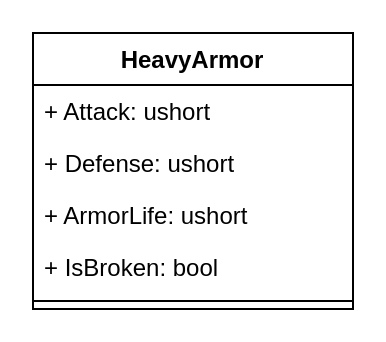
ProgramacionII-Equipo3/PII_RoleplayGame_1_Start keeps this draw.io diagram as Assets/UML-diagrams/HeavyArmor.drawio. Above is the earlier version. Source tidied: cells renumbered, new cells numbered last; positions are measured from the earlier drawing's top-left corner, leaving out a move shared by most shapes. Both pictures are drawn from the tidied source at 200%, with x=0, y=0 at pixel (32, 32).
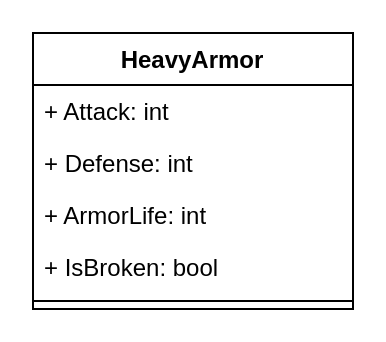
After the change.

The edit, as a diff of the source:
```diff
@@
 <mxGraphModel>
   <root>
     <mxCell id="0" />
     <mxCell id="1" parent="0" />
     <mxCell id="2" value="HeavyArmor" style="swimlane;fontStyle=1;align=center;verticalAlign=top;horizontal=1;startSize=26;" parent="1" vertex="1">
       <mxGeometry width="160" height="138" as="geometry" />
     </mxCell>
-    <mxCell id="3" value="+ Attack: ushort" style="text;strokeColor=none;fillColor=none;align=left;verticalAlign=top;spacingLeft=4;spacingRight=4;overflow=hidden;" parent="2" vertex="1">
+    <mxCell id="3" value="+ Attack: int" style="text;strokeColor=none;fillColor=none;align=left;verticalAlign=top;spacingLeft=4;spacingRight=4;overflow=hidden;" parent="2" vertex="1">
       <mxGeometry y="26" width="160" height="26" as="geometry" />
     </mxCell>
-    <mxCell id="4" value="+ Defense: ushort" style="text;strokeColor=none;fillColor=none;align=left;verticalAlign=top;spacingLeft=4;spacingRight=4;overflow=hidden;" parent="2" vertex="1">
+    <mxCell id="4" value="+ Defense: int" style="text;strokeColor=none;fillColor=none;align=left;verticalAlign=top;spacingLeft=4;spacingRight=4;overflow=hidden;" parent="2" vertex="1">
       <mxGeometry y="52" width="160" height="26" as="geometry" />
     </mxCell>
-    <mxCell id="5" value="+ ArmorLife: ushort" style="text;strokeColor=none;fillColor=none;align=left;verticalAlign=top;spacingLeft=4;spacingRight=4;overflow=hidden;" parent="2" vertex="1">
+    <mxCell id="5" value="+ ArmorLife: int" style="text;strokeColor=none;fillColor=none;align=left;verticalAlign=top;spacingLeft=4;spacingRight=4;overflow=hidden;" parent="2" vertex="1">
       <mxGeometry y="78" width="160" height="26" as="geometry" />
     </mxCell>
     <mxCell id="6" value="+ IsBroken: bool" style="text;strokeColor=none;fillColor=none;align=left;verticalAlign=top;spacingLeft=4;spacingRight=4;overflow=hidden;" parent="2" vertex="1">
       <mxGeometry y="104" width="160" height="26" as="geometry" />
     </mxCell>
     <mxCell id="7" style="line;strokeWidth=1;fillColor=none;align=left;verticalAlign=middle;spacingTop=-1;spacingLeft=3;spacingRight=3;labelPosition=right;" parent="2" vertex="1">
       <mxGeometry y="130" width="160" height="8" as="geometry" />
     </mxCell>
   </root>
 </mxGraphModel>
```
